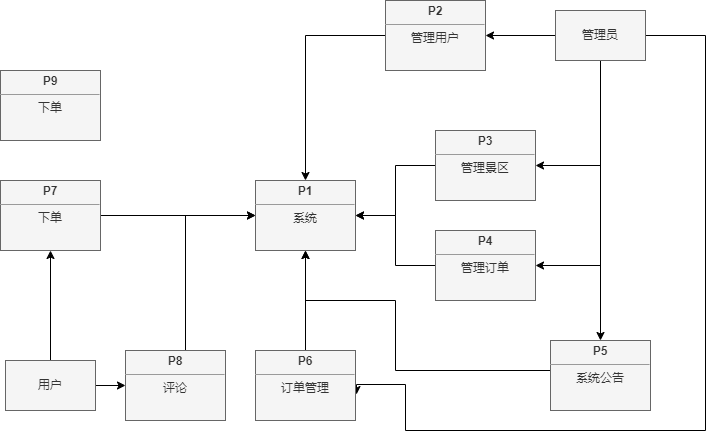
ren9901/tourism-j2ee-wx keeps this draw.io diagram as sql/系统数据流图（顶层）.png. Above is the earlier version. Source tidied: cells renumbered, new cells last; positions are measured from the earlier drawing's top-left corner, leaving out a move shared by most shapes.
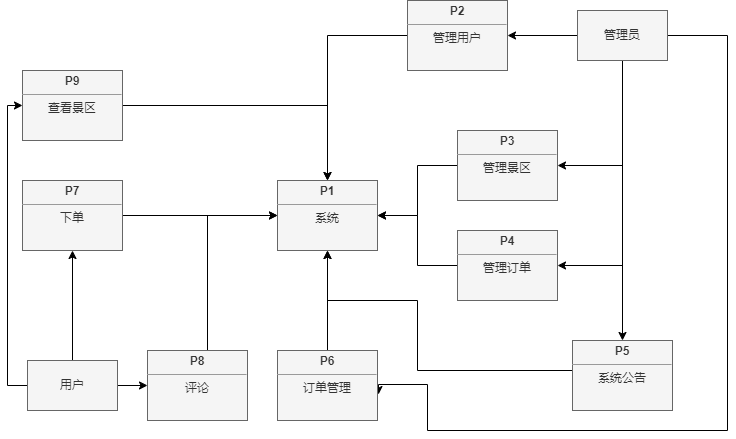
After the change.

Commit message:
更新系统数据流图（顶层）.png

Diff of the diagram source:
```diff
@@ -11,6 +11,14 @@
     <mxCell id="4" style="edgeStyle=orthogonalEdgeStyle;rounded=0;jettySize=auto;html=1;entryX=0;entryY=0.5;entryDx=0;entryDy=0;" parent="1" edge="1" source="5" target="25">
       <mxGeometry relative="1" as="geometry" />
     </mxCell>
+    <mxCell id="27" style="edgeStyle=orthogonalEdgeStyle;rounded=0;jettySize=auto;html=1;" parent="1" edge="1" source="5" target="26">
+      <mxGeometry relative="1" as="geometry">
+        <Array as="points">
+          <mxPoint x="-15" y="385" />
+          <mxPoint x="-15" y="105" />
+        </Array>
+      </mxGeometry>
+    </mxCell>
     <mxCell id="5" value="用户" style="html=1;whiteSpace=wrap;fillColor=#f5f5f5;strokeColor=#666666;fontColor=#333333;" parent="1" vertex="1">
       <mxGeometry x="5" y="360" width="90" height="50" as="geometry" />
     </mxCell>
@@ -99,7 +107,10 @@
     <mxCell id="25" value="&lt;p style=&quot;margin:0px;margin-top:4px;text-align:center;&quot;&gt;&lt;b&gt;P8&lt;/b&gt;&lt;/p&gt;&lt;hr size=&quot;1&quot;&gt;&lt;div style=&quot;text-align: center; height: 2px;&quot;&gt;评论&lt;/div&gt;" style="verticalAlign=top;align=left;overflow=fill;fontSize=12;fontFamily=Helvetica;html=1;whiteSpace=wrap;fillColor=#f5f5f5;fontColor=#333333;strokeColor=#666666;" parent="1" vertex="1">
       <mxGeometry x="125" y="350" width="100" height="70" as="geometry" />
     </mxCell>
+    <mxCell id="28" style="edgeStyle=orthogonalEdgeStyle;rounded=0;jettySize=auto;html=1;" parent="1" edge="1" source="26" target="2">
+      <mxGeometry relative="1" as="geometry" />
+    </mxCell>
-    <mxCell id="26" value="&lt;p style=&quot;margin:0px;margin-top:4px;text-align:center;&quot;&gt;&lt;b&gt;P9&lt;/b&gt;&lt;/p&gt;&lt;hr size=&quot;1&quot;&gt;&lt;div style=&quot;text-align: center; height: 2px;&quot;&gt;下单&lt;/div&gt;" style="verticalAlign=top;align=left;overflow=fill;fontSize=12;fontFamily=Helvetica;html=1;whiteSpace=wrap;fillColor=#f5f5f5;fontColor=#333333;strokeColor=#666666;" parent="1" vertex="1">
+    <mxCell id="26" value="&lt;p style=&quot;margin:0px;margin-top:4px;text-align:center;&quot;&gt;&lt;b&gt;P9&lt;/b&gt;&lt;/p&gt;&lt;hr size=&quot;1&quot;&gt;&lt;div style=&quot;text-align: center; height: 2px;&quot;&gt;查看景区&lt;/div&gt;" style="verticalAlign=top;align=left;overflow=fill;fontSize=12;fontFamily=Helvetica;html=1;whiteSpace=wrap;fillColor=#f5f5f5;fontColor=#333333;strokeColor=#666666;" parent="1" vertex="1">
       <mxGeometry y="70" width="100" height="70" as="geometry" />
     </mxCell>
   </root>
```
